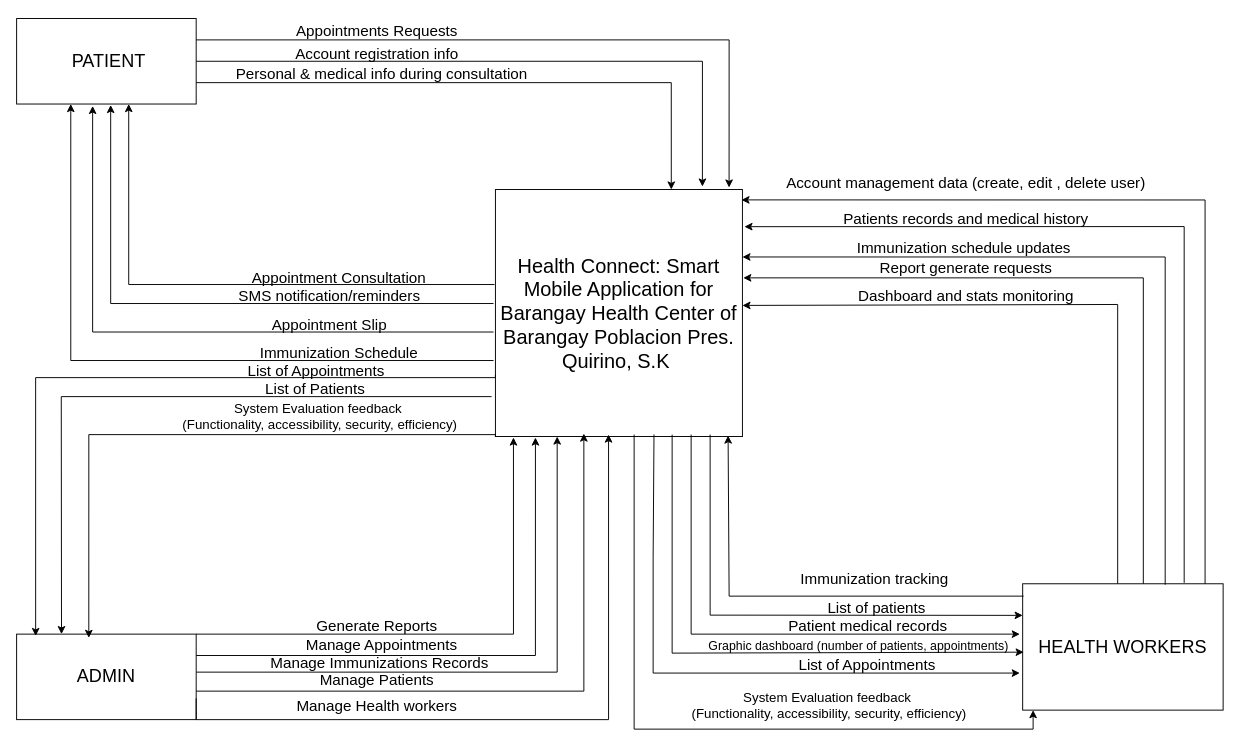
Jan-Russel-Penafiel/HEALTH-CONNECT---PWA keeps this draw.io diagram as CONTEXT DIAGRAM.drawio. Above is the earlier version. Source tidied: cells renumbered, new cells numbered last; positions are measured from the earlier drawing's top-left corner, leaving out a move shared by most shapes. Both pictures are drawn from the tidied source at 95%, with x=0, y=0 at pixel (16, 16).
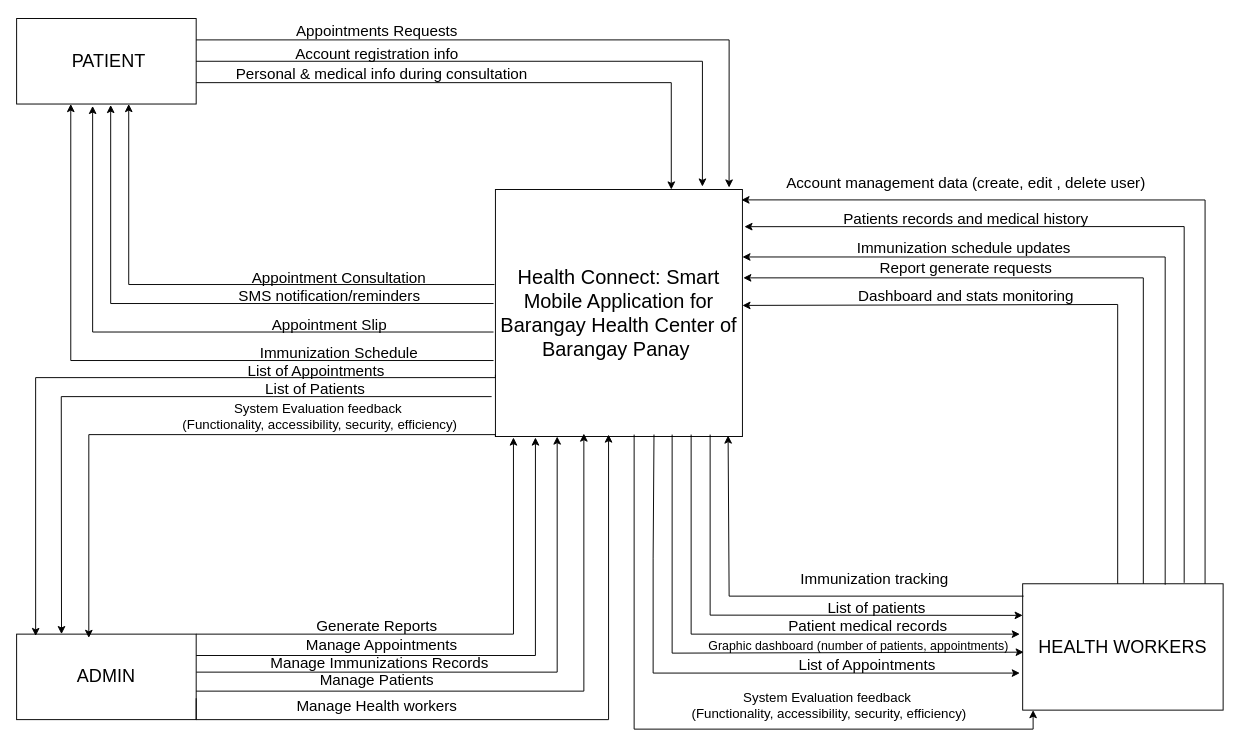
Above is the later version.

Diff of the diagram source:
```diff
@@
-    <mxCell id="2" value="&lt;font style=&quot;font-size: 21px;&quot;&gt;Health Connect: Smart Mobile Application for Barangay Health Center of&lt;br&gt;Barangay Poblacion Pres. Quirino, S.K&amp;nbsp;&lt;/font&gt;" style="whiteSpace=wrap;html=1;fontSize=16;" parent="1" vertex="1">
+    <mxCell id="2" value="&lt;font style=&quot;font-size: 21px;&quot;&gt;Health Connect: Smart Mobile Application for Barangay Health Center of&lt;br&gt;Barangay Panay&amp;nbsp;&lt;/font&gt;" style="whiteSpace=wrap;html=1;fontSize=16;" parent="1" vertex="1">
       <mxGeometry x="504" y="182" width="260" height="260" as="geometry" />
     </mxCell>
```
